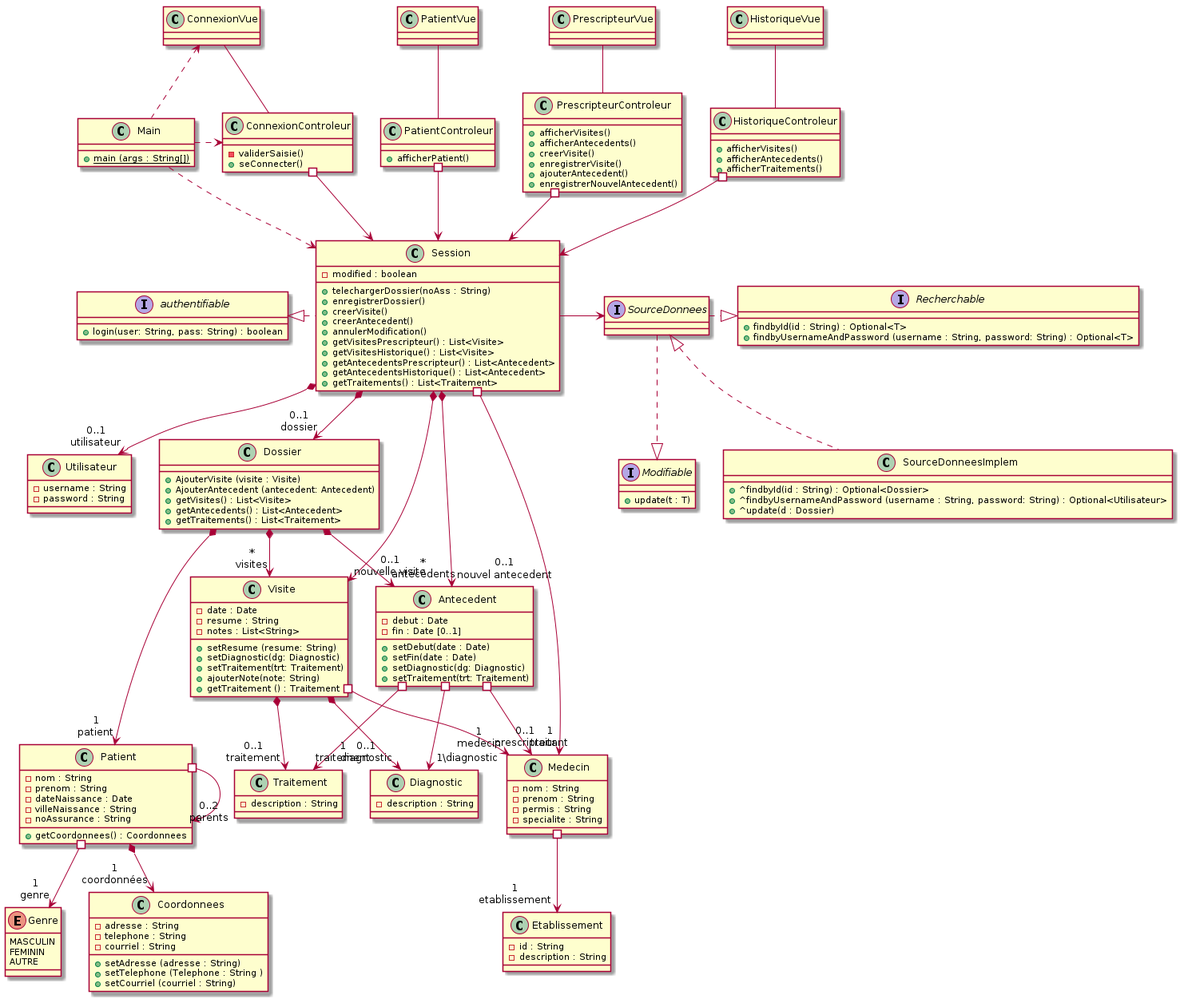
The PlantUML diagram models/Diagramme_Classes/medecin/class_diagram_medecin_mvc.png in fethiuqam/INF5153-Projet-Session, before a commit.
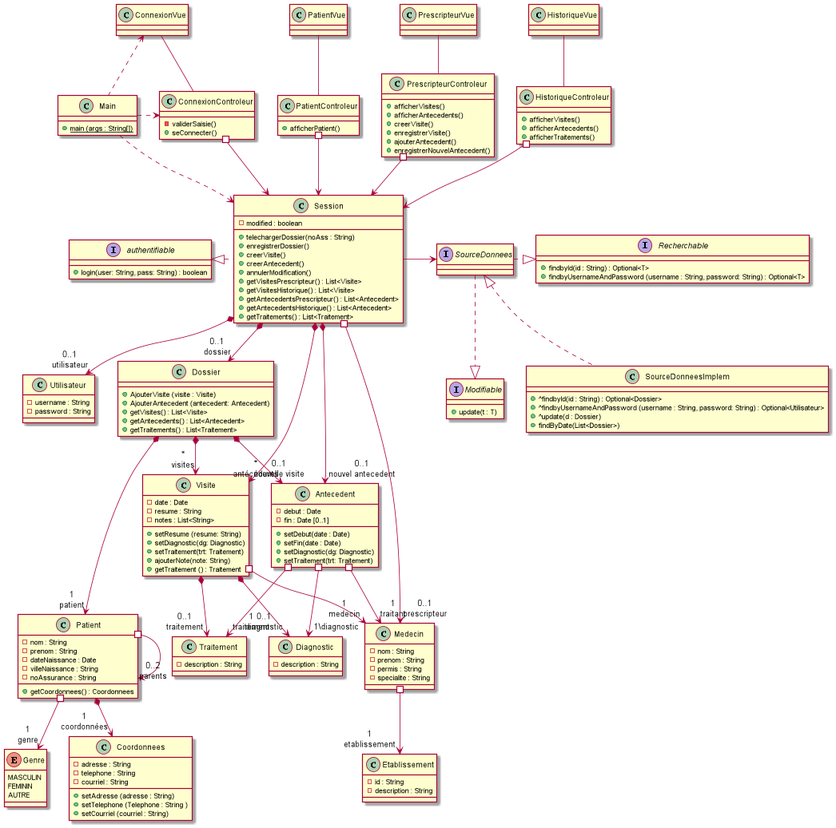
Above is the later version.

Commit message:
modif diagramme de sequence

The edit, as a diff of the source:
```diff
@@ -94,6 +94,7 @@
     + ^findbyId(id : String) : Optional<Dossier>
     + ^findbyUsernameAndPassword (username : String, password: String) : Optional<Utilisateur>
     + ^update(d : Dossier)
+    + findByDate(List<Dossier>)
 }
 
 class Session {
```
